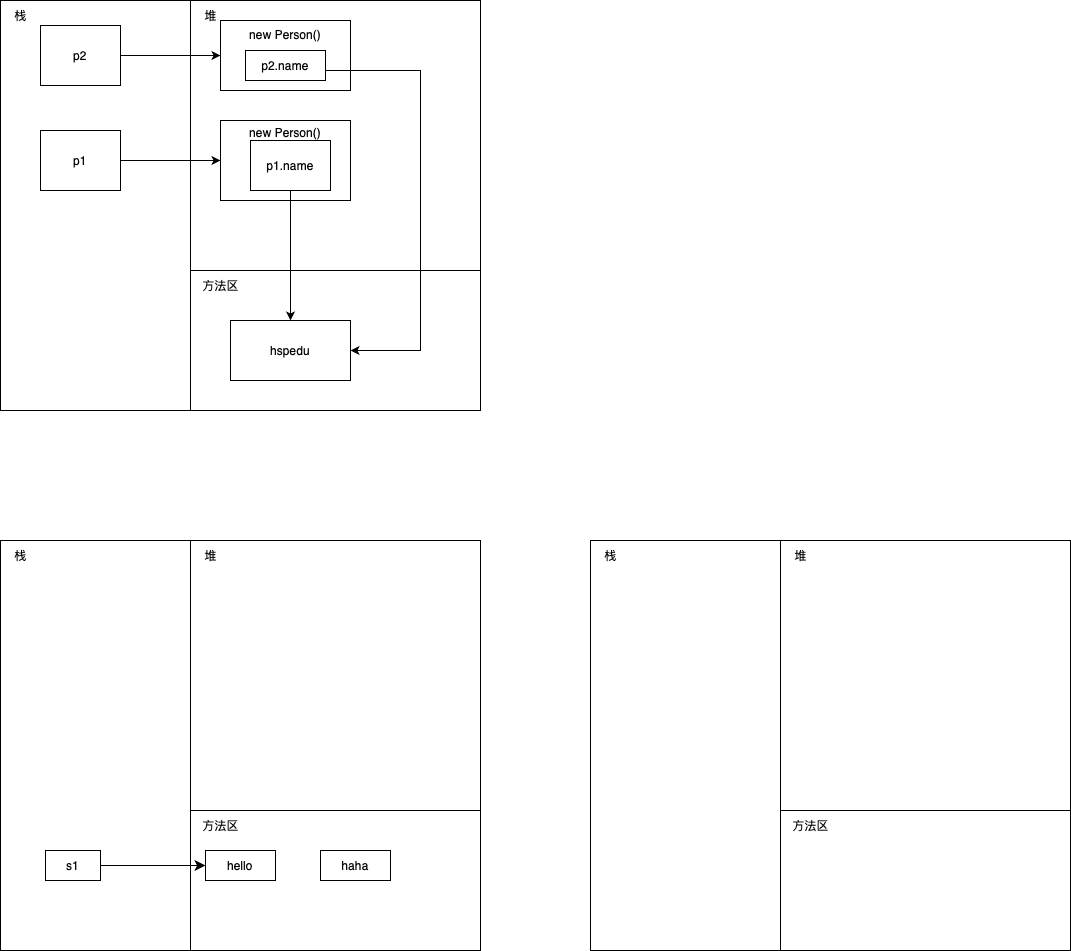
Before: drawio/White.png, a diagram exported from draw.io (Stolorzs/Picgo). Source tidied: cells renumbered, new cells last; positions are measured from the earlier drawing's top-left corner, leaving out a move shared by most shapes.
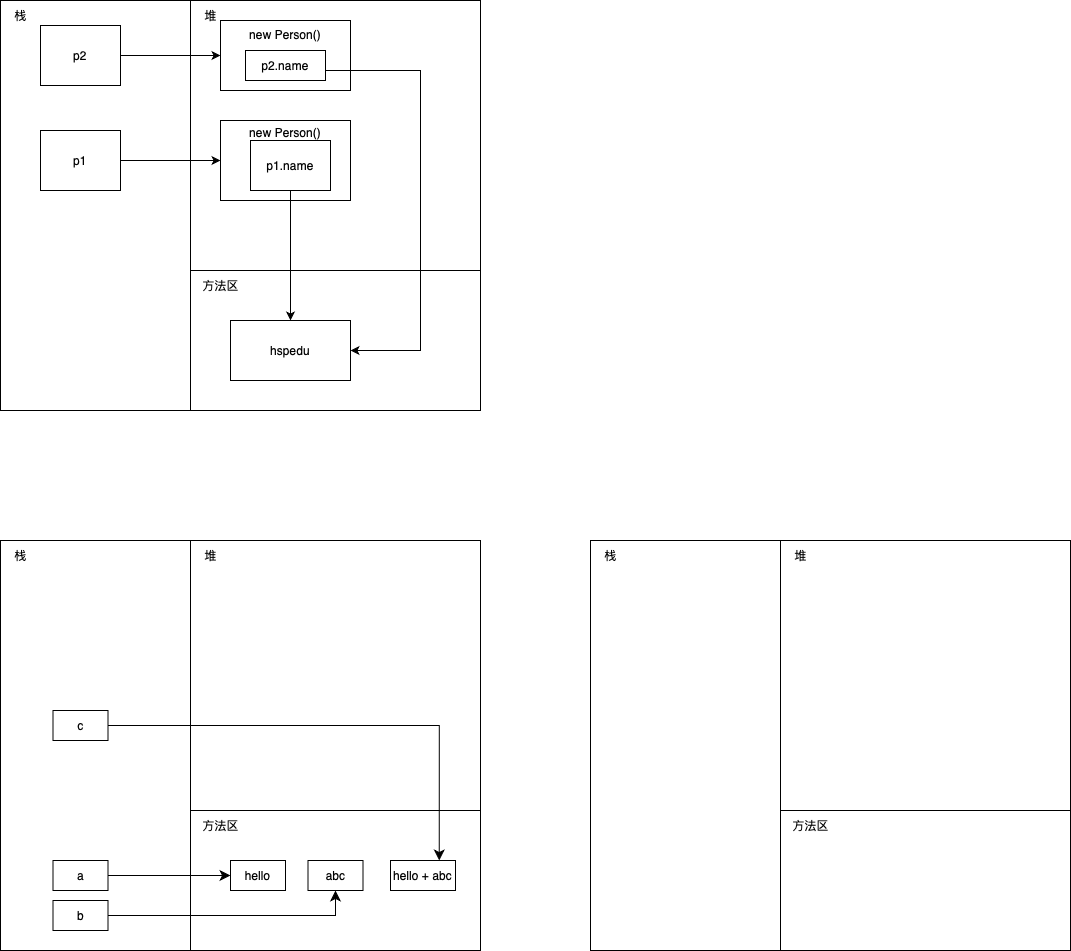
After the commit.

Change to the diagram source:
```diff
@@ -94,17 +94,35 @@
     <mxCell id="30" value="方法区" style="text;html=1;align=center;verticalAlign=middle;strokeColor=none;fillColor=none;" parent="1" vertex="1">
       <mxGeometry x="780" y="810" width="60" height="30" as="geometry" />
     </mxCell>
-    <mxCell id="31" value="hello" style="rounded=0;whiteSpace=wrap;html=1;" parent="1" vertex="1">
-      <mxGeometry x="205" y="850" width="70" height="30" as="geometry" />
-    </mxCell>
     <mxCell id="32" style="edgeStyle=none;curved=1;rounded=0;jettySize=auto;html=1;fontSize=12;startSize=8;endSize=8;" parent="1" edge="1" source="33" target="31">
       <mxGeometry relative="1" as="geometry" />
     </mxCell>
-    <mxCell id="33" value="s1" style="rounded=0;whiteSpace=wrap;html=1;" parent="1" vertex="1">
-      <mxGeometry x="45" y="850" width="55" height="30" as="geometry" />
+    <mxCell id="33" value="a" style="rounded=0;whiteSpace=wrap;html=1;" parent="1" vertex="1">
+      <mxGeometry x="52.5" y="860" width="55" height="30" as="geometry" />
     </mxCell>
-    <mxCell id="34" value="haha" style="rounded=0;whiteSpace=wrap;html=1;" parent="1" vertex="1">
-      <mxGeometry x="320" y="850" width="70" height="30" as="geometry" />
-    </mxCell>
+    <mxCell id="31" value="hello" style="rounded=0;whiteSpace=wrap;html=1;" parent="1" vertex="1">
+      <mxGeometry x="230" y="860" width="55" height="30" as="geometry" />
+    </mxCell>
+    <mxCell id="35" value="abc" style="rounded=0;whiteSpace=wrap;html=1;" parent="1" vertex="1">
+      <mxGeometry x="307.5" y="860" width="55" height="30" as="geometry" />
+    </mxCell>
+    <mxCell id="36" style="edgeStyle=orthogonalEdgeStyle;rounded=0;jettySize=auto;html=1;fontSize=12;startSize=8;endSize=8;" parent="1" edge="1" source="37" target="35">
+      <mxGeometry relative="1" as="geometry" />
+    </mxCell>
+    <mxCell id="37" value="b" style="rounded=0;whiteSpace=wrap;html=1;" parent="1" vertex="1">
+      <mxGeometry x="52.5" y="900" width="55" height="30" as="geometry" />
+    </mxCell>
+    <mxCell id="38" style="edgeStyle=orthogonalEdgeStyle;rounded=0;jettySize=auto;html=1;entryX=0.75;entryY=0;entryDx=0;entryDy=0;fontSize=12;startSize=8;endSize=8;" parent="1" edge="1" source="39" target="41">
+      <mxGeometry relative="1" as="geometry" />
+    </mxCell>
+    <mxCell id="39" value="c" style="rounded=0;whiteSpace=wrap;html=1;" parent="1" vertex="1">
+      <mxGeometry x="52.5" y="710" width="55" height="30" as="geometry" />
+    </mxCell>
+    <mxCell id="40" style="edgeStyle=none;curved=1;rounded=0;orthogonalLoop=1;jettySize=auto;html=1;exitX=0.5;exitY=1;exitDx=0;exitDy=0;fontSize=12;startSize=8;endSize=8;" parent="1" edge="1" source="39" target="39">
+      <mxGeometry relative="1" as="geometry" />
+    </mxCell>
+    <mxCell id="41" value="hello + abc" style="rounded=0;whiteSpace=wrap;html=1;" parent="1" vertex="1">
+      <mxGeometry x="390" y="860" width="65" height="30" as="geometry" />
+    </mxCell>
   </root>
 </mxGraphModel>
```
